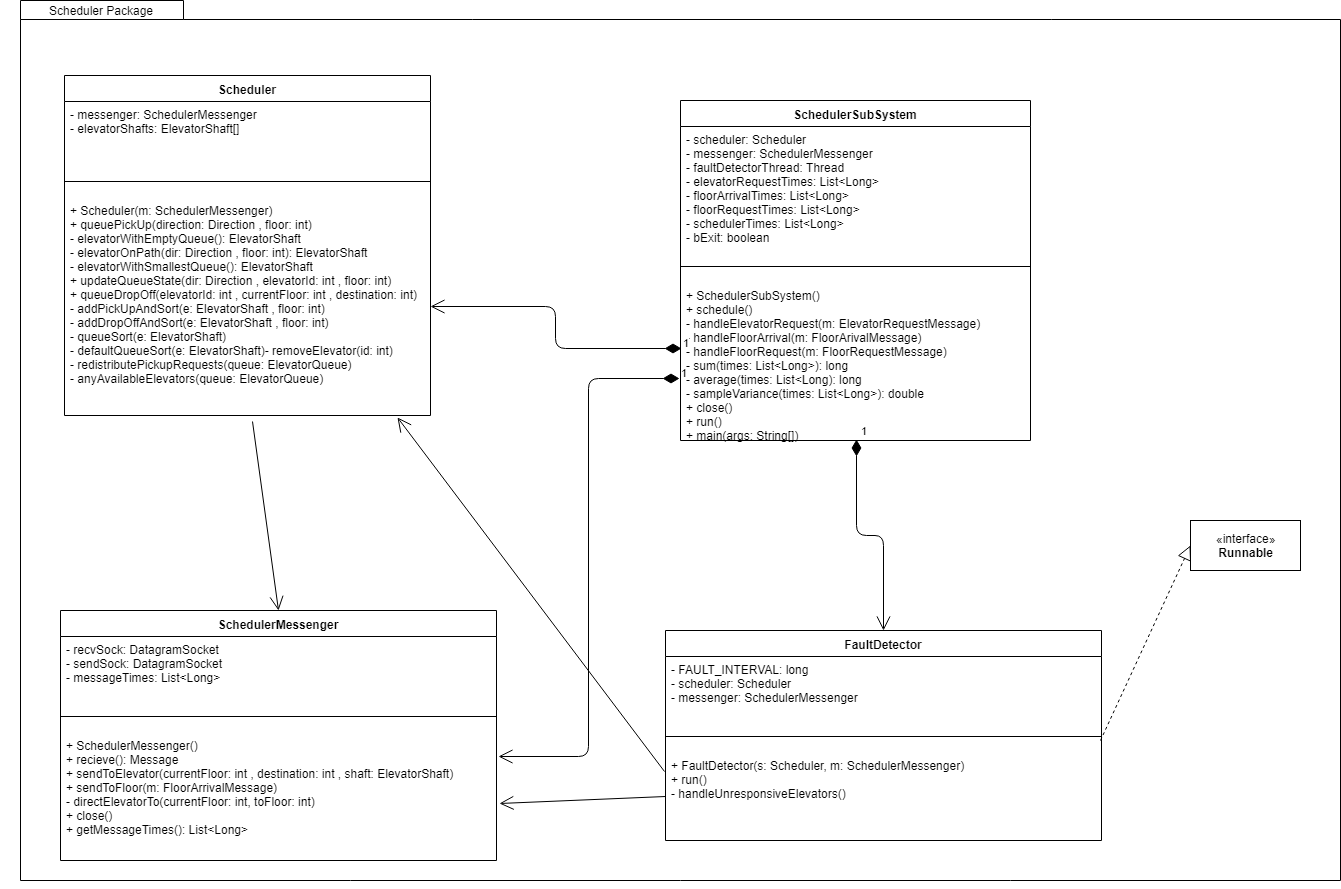
Above: diagrams/scheduler_uml.png in vikrambombhi/elevator-simulator (draw.io), before the change. Source tidied: cells renumbered, new cells last; positions are measured from the earlier drawing's top-left corner, leaving out a move shared by most shapes.
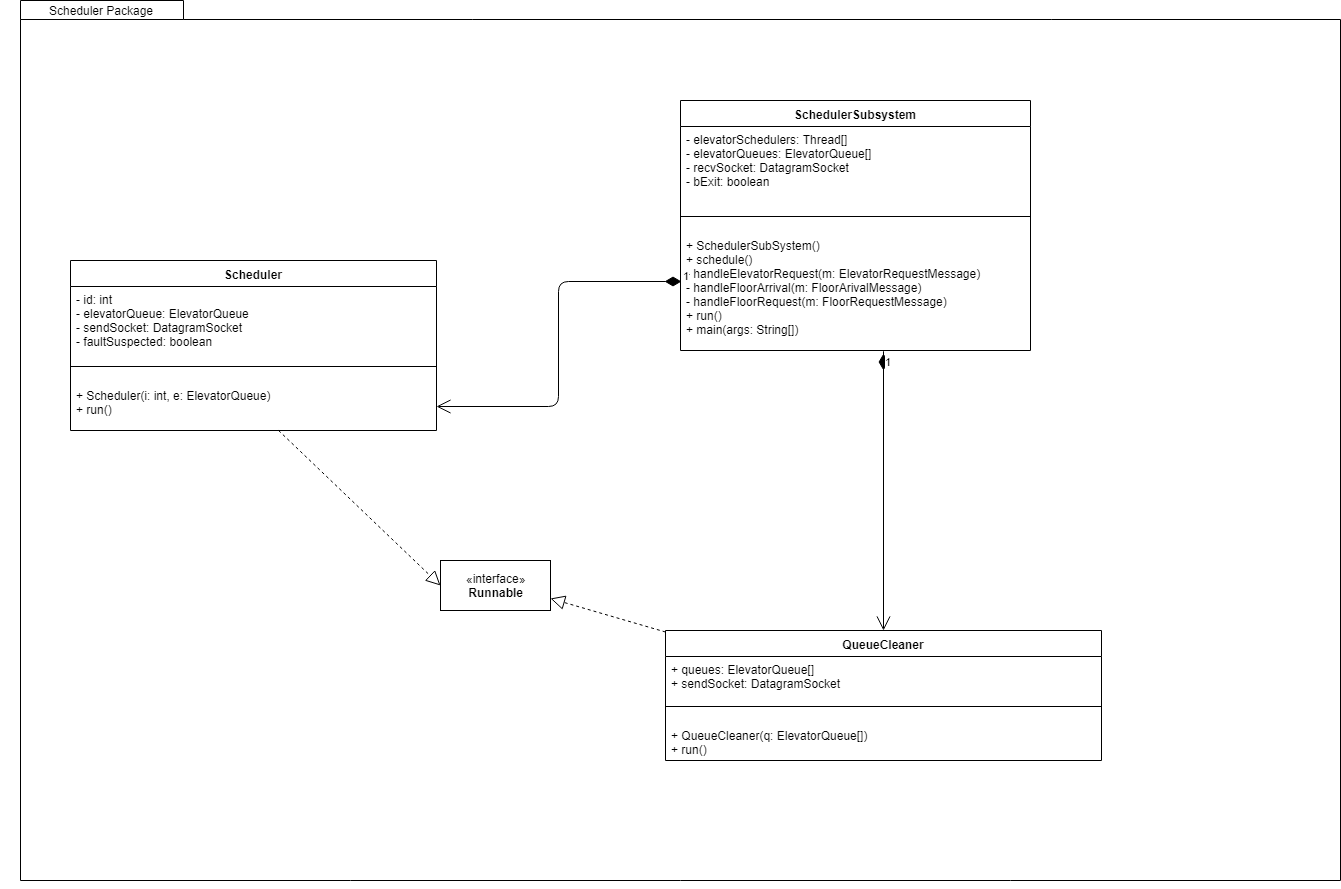
After the change.

Commit message:
update scheulder & elevator systems uml

What changed in the source:
```diff
@@ -6,16 +6,16 @@
       <mxGeometry x="20" width="1320" height="880" as="geometry" />
     </mxCell>
     <mxCell id="3" value="Scheduler" style="swimlane;fontStyle=1;align=center;verticalAlign=top;horizontal=1;startSize=26;" parent="1" vertex="1">
-      <mxGeometry x="64" y="75" width="366" height="340" as="geometry" />
+      <mxGeometry x="70" y="260" width="366" height="170" as="geometry" />
     </mxCell>
-    <mxCell id="4" value="- messenger: SchedulerMessenger &#10;- elevatorShafts: ElevatorShaft[]&#10;" style="text;strokeColor=none;fillColor=none;align=left;verticalAlign=top;spacingLeft=4;spacingRight=4;overflow=hidden;" parent="3" vertex="1">
+    <mxCell id="4" value="- id: int&#10;- elevatorQueue: ElevatorQueue&#10;- sendSocket: DatagramSocket&#10;- faultSuspected: boolean&#10;" style="text;strokeColor=none;fillColor=none;align=left;verticalAlign=top;spacingLeft=4;spacingRight=4;overflow=hidden;" parent="3" vertex="1">
       <mxGeometry y="26" width="366" height="64" as="geometry" />
     </mxCell>
     <mxCell id="5" style="line;strokeWidth=1;fillColor=none;align=left;verticalAlign=middle;spacingTop=-1;spacingLeft=3;spacingRight=3;labelPosition=right;" parent="3" vertex="1">
       <mxGeometry y="90" width="366" height="32" as="geometry" />
     </mxCell>
-    <mxCell id="6" value="+ Scheduler(m: SchedulerMessenger)&#10;+ queuePickUp(direction: Direction , floor: int)&#10;- elevatorWithEmptyQueue(): ElevatorShaft&#10;- elevatorOnPath(dir: Direction , floor: int): ElevatorShaft&#10;- elevatorWithSmallestQueue(): ElevatorShaft &#10;+ updateQueueState(dir: Direction , elevatorId: int , floor: int)&#10;+ queueDropOff(elevatorId: int , currentFloor: int , destination: int)&#10;- addPickUpAndSort(e: ElevatorShaft , floor: int)&#10;- addDropOffAndSort(e: ElevatorShaft , floor: int)&#10;- queueSort(e: ElevatorShaft)&#10;- defaultQueueSort(e: ElevatorShaft)- removeElevator(id: int)&#10;- redistributePickupRequests(queue: ElevatorQueue)&#10;- anyAvailableElevators(queue: ElevatorQueue)&#10;" style="text;strokeColor=none;fillColor=none;align=left;verticalAlign=top;spacingLeft=4;spacingRight=4;overflow=hidden;points=[[0,0.5],[1,0.5]];portConstraint=eastwest;" parent="3" vertex="1">
-      <mxGeometry y="122" width="366" height="218" as="geometry" />
+    <mxCell id="6" value="+ Scheduler(i: int, e: ElevatorQueue)&#10;+ run()&#10;" style="text;strokeColor=none;fillColor=none;align=left;verticalAlign=top;spacingLeft=4;spacingRight=4;overflow=hidden;points=[[0,0.5],[1,0.5]];portConstraint=eastwest;" parent="3" vertex="1">
+      <mxGeometry y="122" width="366" height="48" as="geometry" />
     </mxCell>
     <mxCell id="7" style="edgeStyle=orthogonalEdgeStyle;rounded=0;html=1;exitX=0.5;exitY=1;exitDx=0;exitDy=0;exitPerimeter=0;jettySize=auto;orthogonalLoop=1;" parent="1" edge="1" source="2" target="2">
       <mxGeometry relative="1" as="geometry" />
@@ -23,67 +23,49 @@
     <mxCell id="8" value="&lt;div&gt;Scheduler Package&lt;/div&gt;" style="text;html=1;strokeColor=none;fillColor=none;align=center;verticalAlign=middle;whiteSpace=wrap;rounded=0;" parent="1" vertex="1">
       <mxGeometry width="200" height="20" as="geometry" />
     </mxCell>
-    <mxCell id="9" value="SchedulerSubSystem" style="swimlane;fontStyle=1;align=center;verticalAlign=top;horizontal=1;startSize=26;" parent="1" vertex="1">
-      <mxGeometry x="680" y="100" width="350" height="340" as="geometry" />
+    <mxCell id="9" value="SchedulerSubsystem" style="swimlane;fontStyle=1;align=center;verticalAlign=top;horizontal=1;startSize=26;" parent="1" vertex="1">
+      <mxGeometry x="680" y="100" width="350" height="250" as="geometry" />
     </mxCell>
-    <mxCell id="10" value="- scheduler: Scheduler &#10;- messenger: SchedulerMessenger &#10;- faultDetectorThread: Thread &#10;- elevatorRequestTimes: List&lt;Long&gt;&#10;- floorArrivalTimes: List&lt;Long&gt;&#10;- floorRequestTimes: List&lt;Long&gt;&#10;- schedulerTimes: List&lt;Long&gt;&#10;- bExit: boolean" style="text;strokeColor=none;fillColor=none;align=left;verticalAlign=top;spacingLeft=4;spacingRight=4;overflow=hidden;" parent="9" vertex="1">
-      <mxGeometry y="26" width="350" height="124" as="geometry" />
+    <mxCell id="10" value="- elevatorSchedulers: Thread[] &#10;- elevatorQueues: ElevatorQueue[]&#10;- recvSocket: DatagramSocket&#10;- bExit: boolean" style="text;strokeColor=none;fillColor=none;align=left;verticalAlign=top;spacingLeft=4;spacingRight=4;overflow=hidden;" parent="9" vertex="1">
+      <mxGeometry y="26" width="350" height="74" as="geometry" />
     </mxCell>
     <mxCell id="11" style="line;strokeWidth=1;fillColor=none;align=left;verticalAlign=middle;spacingTop=-1;spacingLeft=3;spacingRight=3;labelPosition=right;" parent="9" vertex="1">
-      <mxGeometry y="150" width="350" height="32" as="geometry" />
+      <mxGeometry y="100" width="350" height="32" as="geometry" />
     </mxCell>
-    <mxCell id="12" value="+ SchedulerSubSystem()&#10;+ schedule()&#10;- handleElevatorRequest(m: ElevatorRequestMessage)&#10;- handleFloorArrival(m: FloorArivalMessage)&#10;- handleFloorRequest(m: FloorRequestMessage)&#10;- sum(times: List&lt;Long&gt;): long&#10;- average(times: List&lt;Long): long&#10;- sampleVariance(times: List&lt;Long&gt;): double&#10;+ close()&#10;+ run()&#10;+ main(args: String[])" style="text;strokeColor=none;fillColor=none;align=left;verticalAlign=top;spacingLeft=4;spacingRight=4;overflow=hidden;points=[[0,0.5],[1,0.5]];portConstraint=eastwest;" parent="9" vertex="1">
-      <mxGeometry y="182" width="350" height="158" as="geometry" />
+    <mxCell id="12" value="+ SchedulerSubSystem()&#10;+ schedule()&#10;- handleElevatorRequest(m: ElevatorRequestMessage)&#10;- handleFloorArrival(m: FloorArivalMessage)&#10;- handleFloorRequest(m: FloorRequestMessage)&#10;+ run()&#10;+ main(args: String[])" style="text;strokeColor=none;fillColor=none;align=left;verticalAlign=top;spacingLeft=4;spacingRight=4;overflow=hidden;points=[[0,0.5],[1,0.5]];portConstraint=eastwest;" parent="9" vertex="1">
+      <mxGeometry y="132" width="350" height="118" as="geometry" />
     </mxCell>
     <mxCell id="13" value="1" style="endArrow=open;html=1;endSize=12;startArrow=diamondThin;startSize=14;startFill=1;edgeStyle=orthogonalEdgeStyle;align=left;verticalAlign=bottom;entryX=1;entryY=0.5;entryDx=0;entryDy=0;exitX=0.003;exitY=0.418;exitDx=0;exitDy=0;exitPerimeter=0;" parent="1" edge="1" source="12" target="6">
       <mxGeometry x="-1" y="3" relative="1" as="geometry" />
     </mxCell>
-    <mxCell id="14" value="SchedulerMessenger" style="swimlane;fontStyle=1;align=center;verticalAlign=top;horizontal=1;startSize=26;" parent="1" vertex="1">
-      <mxGeometry x="60" y="610" width="436" height="250" as="geometry" />
-    </mxCell>
-    <mxCell id="15" value="- recvSock: DatagramSocket&#10;- sendSock: DatagramSocket&#10;- messageTimes: List&lt;Long&gt;&#10;" style="text;strokeColor=none;fillColor=none;align=left;verticalAlign=top;spacingLeft=4;spacingRight=4;overflow=hidden;" parent="14" vertex="1">
-      <mxGeometry y="26" width="436" height="64" as="geometry" />
-    </mxCell>
-    <mxCell id="16" style="line;strokeWidth=1;fillColor=none;align=left;verticalAlign=middle;spacingTop=-1;spacingLeft=3;spacingRight=3;labelPosition=right;" parent="14" vertex="1">
-      <mxGeometry y="90" width="436" height="32" as="geometry" />
-    </mxCell>
-    <mxCell id="17" value="+ SchedulerMessenger()&#10;+ recieve(): Message&#10;+ sendToElevator(currentFloor: int , destination: int , shaft: ElevatorShaft)&#10;+ sendToFloor(m: FloorArrivalMessage)&#10;- directElevatorTo(currentFloor: int, toFloor: int)&#10;+ close()&#10;+ getMessageTimes(): List&lt;Long&gt;" style="text;strokeColor=none;fillColor=none;align=left;verticalAlign=top;spacingLeft=4;spacingRight=4;overflow=hidden;points=[[0,0.5],[1,0.5]];portConstraint=eastwest;" parent="14" vertex="1">
-      <mxGeometry y="122" width="436" height="128" as="geometry" />
-    </mxCell>
-    <mxCell id="18" value="1" style="endArrow=open;html=1;endSize=12;startArrow=diamondThin;startSize=14;startFill=1;edgeStyle=orthogonalEdgeStyle;align=left;verticalAlign=bottom;entryX=1.005;entryY=0.188;entryDx=0;entryDy=0;exitX=-0.003;exitY=0.608;exitDx=0;exitDy=0;exitPerimeter=0;entryPerimeter=0;" parent="1" edge="1" source="12" target="17">
-      <mxGeometry x="-1" y="3" relative="1" as="geometry" />
-    </mxCell>
-    <mxCell id="19" value="FaultDetector" style="swimlane;fontStyle=1;align=center;verticalAlign=top;horizontal=1;startSize=26;" parent="1" vertex="1">
-      <mxGeometry x="665" y="630" width="436" height="210" as="geometry" />
+    <mxCell id="19" value="QueueCleaner" style="swimlane;fontStyle=1;align=center;verticalAlign=top;horizontal=1;startSize=26;" parent="1" vertex="1">
+      <mxGeometry x="665" y="630" width="436" height="130" as="geometry" />
     </mxCell>
-    <mxCell id="20" value="- FAULT_INTERVAL: long&#10;- scheduler: Scheduler &#10;- messenger: SchedulerMessenger &#10;&#10;" style="text;strokeColor=none;fillColor=none;align=left;verticalAlign=top;spacingLeft=4;spacingRight=4;overflow=hidden;" parent="19" vertex="1">
-      <mxGeometry y="26" width="436" height="64" as="geometry" />
+    <mxCell id="20" value="+ queues: ElevatorQueue[]&#10;+ sendSocket: DatagramSocket&#10;" style="text;strokeColor=none;fillColor=none;align=left;verticalAlign=top;spacingLeft=4;spacingRight=4;overflow=hidden;" parent="19" vertex="1">
+      <mxGeometry y="26" width="436" height="34" as="geometry" />
     </mxCell>
     <mxCell id="21" style="line;strokeWidth=1;fillColor=none;align=left;verticalAlign=middle;spacingTop=-1;spacingLeft=3;spacingRight=3;labelPosition=right;" parent="19" vertex="1">
-      <mxGeometry y="90" width="436" height="32" as="geometry" />
+      <mxGeometry y="60" width="436" height="32" as="geometry" />
     </mxCell>
-    <mxCell id="22" value="+ FaultDetector(s: Scheduler, m: SchedulerMessenger)&#10;+ run()&#10;- handleUnresponsiveElevators()&#10;" style="text;strokeColor=none;fillColor=none;align=left;verticalAlign=top;spacingLeft=4;spacingRight=4;overflow=hidden;points=[[0,0.5],[1,0.5]];portConstraint=eastwest;" parent="19" vertex="1">
-      <mxGeometry y="122" width="436" height="88" as="geometry" />
+    <mxCell id="22" value="+ QueueCleaner(q: ElevatorQueue[])&#10;+ run()" style="text;strokeColor=none;fillColor=none;align=left;verticalAlign=top;spacingLeft=4;spacingRight=4;overflow=hidden;points=[[0,0.5],[1,0.5]];portConstraint=eastwest;" parent="19" vertex="1">
+      <mxGeometry y="92" width="436" height="38" as="geometry" />
     </mxCell>
-    <mxCell id="23" value="1" style="endArrow=open;html=1;endSize=12;startArrow=diamondThin;startSize=14;startFill=1;edgeStyle=orthogonalEdgeStyle;align=left;verticalAlign=bottom;exitX=0.503;exitY=0.994;exitDx=0;exitDy=0;exitPerimeter=0;entryX=0.5;entryY=0;entryDx=0;entryDy=0;" parent="1" edge="1" source="12" target="19">
-      <mxGeometry x="-1" y="3" relative="1" as="geometry" />
+    <mxCell id="23" value="1" style="endArrow=open;html=1;endSize=12;startArrow=diamondThin;startSize=14;startFill=1;edgeStyle=orthogonalEdgeStyle;align=left;verticalAlign=bottom;entryX=0.5;entryY=0;entryDx=0;entryDy=0;" parent="1" edge="1" target="19">
+      <mxGeometry x="-0.72" relative="1" as="geometry">
+        <mxPoint x="883" y="370" as="sourcePoint" />
+        <Array as="points">
+          <mxPoint x="883" y="349" />
+        </Array>
+      </mxGeometry>
     </mxCell>
-    <mxCell id="24" style="endArrow=open;endFill=1;endSize=12;html=1;exitX=0.514;exitY=1.028;exitDx=0;exitDy=0;exitPerimeter=0;entryX=0.5;entryY=0;entryDx=0;entryDy=0;" parent="1" edge="1" source="6" target="14">
-      <mxGeometry relative="1" as="geometry" />
-    </mxCell>
-    <mxCell id="25" style="endArrow=open;endFill=1;endSize=12;html=1;exitX=0;exitY=0.5;exitDx=0;exitDy=0;entryX=1.007;entryY=0.555;entryDx=0;entryDy=0;entryPerimeter=0;" parent="1" edge="1" source="22" target="17">
-      <mxGeometry relative="1" as="geometry" />
-    </mxCell>
     <mxCell id="26" value="«interface»&lt;br&gt;&lt;div&gt;&lt;b&gt;Runnable&lt;/b&gt;&lt;/div&gt;" style="html=1;" parent="1" vertex="1">
-      <mxGeometry x="1190" y="520" width="110" height="50" as="geometry" />
+      <mxGeometry x="440" y="560" width="110" height="50" as="geometry" />
     </mxCell>
-    <mxCell id="27" style="endArrow=block;dashed=1;endFill=0;endSize=12;html=1;entryX=0;entryY=0.5;entryDx=0;entryDy=0;" parent="1" edge="1" target="26">
-      <mxGeometry relative="1" as="geometry">
-        <mxPoint x="1100" y="740" as="sourcePoint" />
-      </mxGeometry>
+    <mxCell id="27" style="endArrow=block;dashed=1;endFill=0;endSize=12;html=1;entryX=1;entryY=0.75;entryDx=0;entryDy=0;" parent="1" edge="1" source="19" target="26">
+      <mxGeometry relative="1" as="geometry" />
     </mxCell>
-    <mxCell id="28" style="endArrow=open;endFill=1;endSize=12;html=1;exitX=-0.002;exitY=0.216;exitDx=0;exitDy=0;exitPerimeter=0;entryX=0.91;entryY=1.009;entryDx=0;entryDy=0;entryPerimeter=0;" parent="1" edge="1" source="22" target="6">
-      <mxGeometry relative="1" as="geometry" />
-    </mxCell>
+    <mxCell id="29" style="endArrow=block;dashed=1;endFill=0;endSize=12;html=1;entryX=0;entryY=0.5;entryDx=0;entryDy=0;" parent="1" edge="1" source="6" target="26">
+      <mxGeometry relative="1" as="geometry" />
+    </mxCell>
   </root>
 </mxGraphModel>
```
